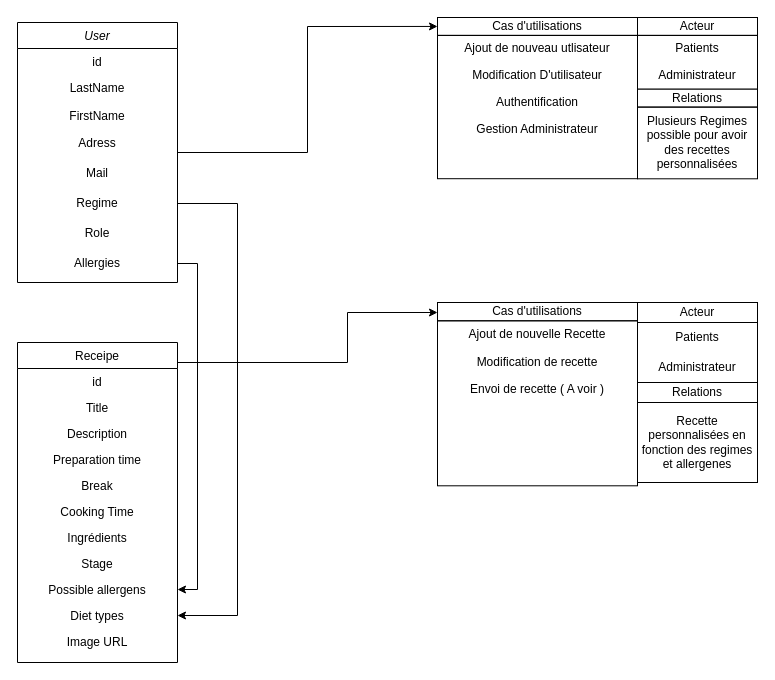
Earlier version of the draw.io diagram Diagramme.drawio (RaptorZ501/ECF-Entrainement). Source tidied: cells renumbered, new cells numbered last; positions are measured from the earlier drawing's top-left corner, leaving out a move shared by most shapes. Both pictures are drawn from the tidied source at 100%, with x=0, y=0 at pixel (17, 17).
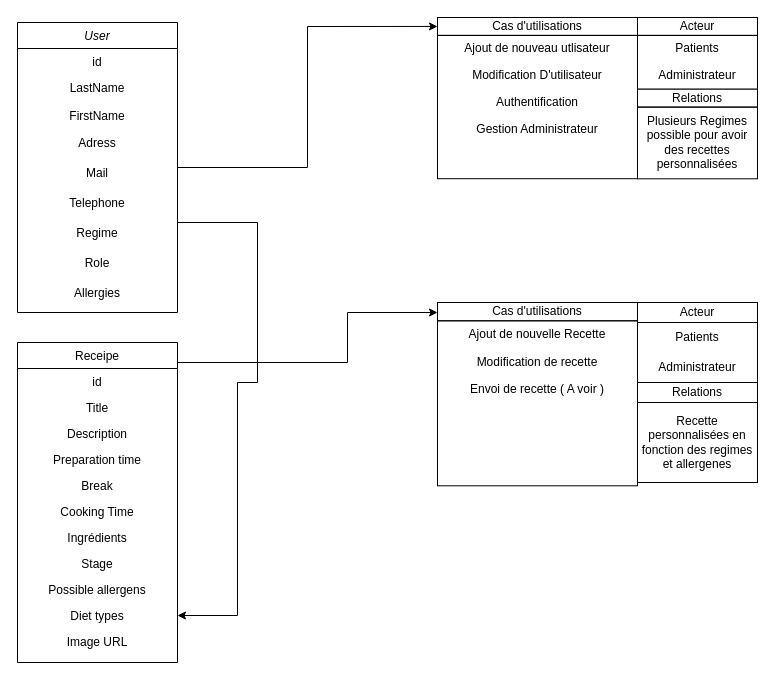
The same page after the edit.

Commit message:
Mettre à jour Diagramme.drawio

Unchanged cells that the change refers to:
```xml
<mxCell id="22" value="Possible allergens" style="text;align=center;verticalAlign=top;spacingLeft=4;spacingRight=4;overflow=hidden;points=[[0,0.5],[1,0.5]];portConstraint=eastwest;" parent="13" vertex="1">
  <mxGeometry y="234" width="160" height="26" as="geometry" />
</mxCell>
<mxCell id="23" value="Diet types" style="text;align=center;verticalAlign=top;spacingLeft=4;spacingRight=4;overflow=hidden;points=[[0,0.5],[1,0.5]];portConstraint=eastwest;" parent="13" vertex="1">
  <mxGeometry y="260" width="160" height="26" as="geometry" />
</mxCell>
```

What changed in the source:
```diff
@@
     <mxCell id="3" value="User" style="swimlane;fontStyle=2;align=center;verticalAlign=top;horizontal=1;startSize=26;rounded=0;shadow=0;strokeWidth=1;" parent="1" vertex="1">
-      <mxGeometry y="5" width="160" height="260" as="geometry" />
+      <mxGeometry y="5" width="160" height="290" as="geometry" />
     </mxCell>
@@
+    <mxCell id="11" value="Telephone" style="text;html=1;strokeColor=none;fillColor=none;align=center;verticalAlign=middle;whiteSpace=wrap;rounded=0;" parent="3" vertex="1">
+      <mxGeometry y="166" width="160" height="30" as="geometry" />
+    </mxCell>
     <mxCell id="9" value="Regime" style="text;html=1;strokeColor=none;fillColor=none;align=center;verticalAlign=middle;whiteSpace=wrap;rounded=0;" parent="3" vertex="1">
-      <mxGeometry y="166" width="160" height="30" as="geometry" />
+      <mxGeometry y="196" width="160" height="30" as="geometry" />
     </mxCell>
     <mxCell id="10" value="Role" style="text;html=1;strokeColor=none;fillColor=none;align=center;verticalAlign=middle;whiteSpace=wrap;rounded=0;" parent="3" vertex="1">
-      <mxGeometry y="196" width="160" height="30" as="geometry" />
+      <mxGeometry y="226" width="160" height="30" as="geometry" />
     </mxCell>
-    <mxCell id="11" value="Allergies" style="text;html=1;strokeColor=none;fillColor=none;align=center;verticalAlign=middle;whiteSpace=wrap;rounded=0;" parent="3" vertex="1">
-      <mxGeometry y="226" width="160" height="30" as="geometry" />
-    </mxCell>
+    <mxCell id="57" value="Allergies" style="text;html=1;strokeColor=none;fillColor=none;align=center;verticalAlign=middle;whiteSpace=wrap;rounded=0;" parent="3" vertex="1">
+      <mxGeometry y="256" width="160" height="30" as="geometry" />
+    </mxCell>
@@
-    <mxCell id="25" style="edgeStyle=orthogonalEdgeStyle;rounded=0;jettySize=auto;html=1;" parent="1" edge="1" source="9" target="23">
+    <mxCell id="25" style="edgeStyle=orthogonalEdgeStyle;rounded=0;jettySize=auto;html=1;entryX=1;entryY=0.5;entryDx=0;entryDy=0;" parent="1" edge="1" source="9">
       <mxGeometry relative="1" as="geometry">
+        <mxPoint x="160" y="598" as="targetPoint" />
         <Array as="points">
-          <mxPoint x="220" y="186" />
+          <mxPoint x="240" y="205" />
+          <mxPoint x="240" y="365" />
+          <mxPoint x="220" y="365" />
           <mxPoint x="220" y="598" />
         </Array>
       </mxGeometry>
     </mxCell>
@@
-    <mxCell id="42" style="edgeStyle=orthogonalEdgeStyle;rounded=0;jettySize=auto;html=1;" parent="1" edge="1" source="11" target="22">
-      <mxGeometry relative="1" as="geometry">
-        <Array as="points">
-          <mxPoint x="180" y="246" />
-          <mxPoint x="180" y="572" />
-        </Array>
-      </mxGeometry>
-    </mxCell>
```
